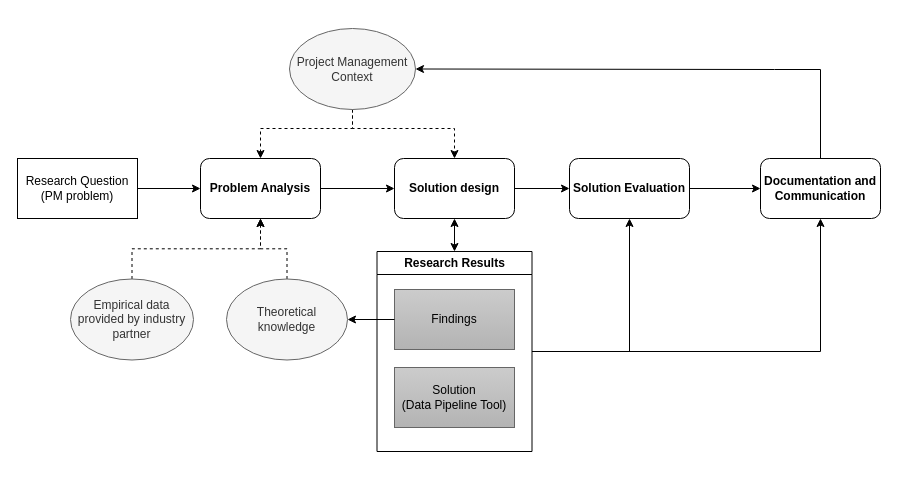
Earlier version of the draw.io diagram framework for development ....drawio (datou7119/Figures). Source tidied: cells renumbered, new cells numbered last; positions are measured from the earlier drawing's top-left corner, leaving out a move shared by most shapes. Both pictures are drawn from the tidied source at 100%, with x=0, y=0 at pixel (17, 28).
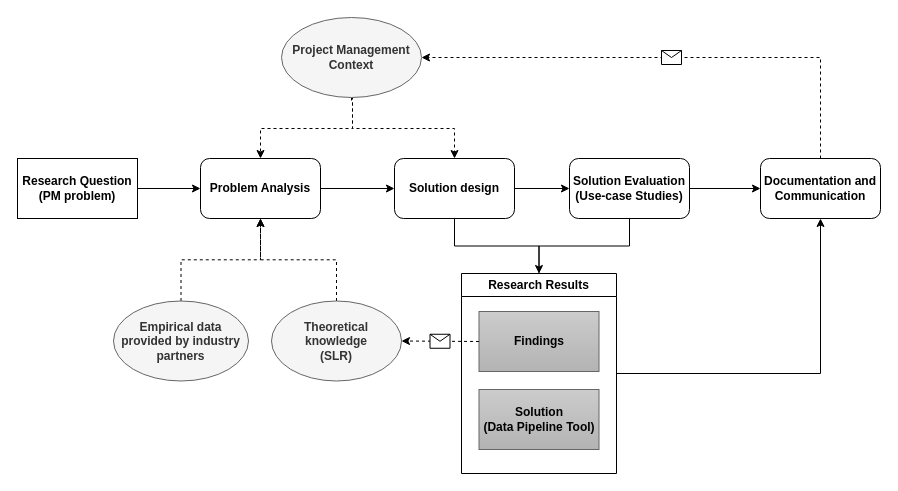
After the change.

The change refers to these unchanged cells:
```xml
<mxCell id="9" value="Documentation and Communication" style="rounded=1;whiteSpace=wrap;html=1;fontStyle=1;" parent="1" vertex="1">
  <mxGeometry x="743" y="130" width="120" height="60" as="geometry" />
</mxCell>
<mxCell id="21" value="Solution design" style="rounded=1;whiteSpace=wrap;html=1;fontStyle=1;" parent="1" vertex="1">
  <mxGeometry x="377" y="130" width="120" height="60" as="geometry" />
</mxCell>
```

The edit, as a diff of the source:
```diff
@@
-    <mxCell id="3" value="Research Question (PM problem)" style="rounded=0;whiteSpace=wrap;html=1;" parent="1" vertex="1">
+    <mxCell id="3" value="&lt;b&gt;Research Question (PM problem)&lt;/b&gt;" style="rounded=0;whiteSpace=wrap;html=1;" parent="1" vertex="1">
       <mxGeometry y="130" width="120" height="60" as="geometry" />
     </mxCell>
@@
-    <mxCell id="7" value="Solution Evaluation" style="rounded=1;whiteSpace=wrap;html=1;fontStyle=1;" parent="1" vertex="1">
+    <mxCell id="7" value="Solution Evaluation&lt;div&gt;(Use-case Studies)&lt;/div&gt;" style="rounded=1;whiteSpace=wrap;html=1;fontStyle=1;" parent="1" vertex="1">
       <mxGeometry x="552" y="130" width="120" height="60" as="geometry" />
     </mxCell>
-    <mxCell id="8" style="edgeStyle=orthogonalEdgeStyle;rounded=0;jettySize=auto;html=1;entryX=1;entryY=0.5;entryDx=0;entryDy=0;exitX=0.5;exitY=0;exitDx=0;exitDy=0;" parent="1" edge="1" source="9" target="19">
-      <mxGeometry relative="1" as="geometry">
-        <Array as="points">
-          <mxPoint x="803" y="41" />
-          <mxPoint x="757" y="41" />
-        </Array>
-      </mxGeometry>
-    </mxCell>
@@
-    <mxCell id="11" value="Theoretical knowledge" style="ellipse;whiteSpace=wrap;html=1;fillColor=#f5f5f5;fontColor=#333333;strokeColor=#666666;" parent="1" vertex="1">
-      <mxGeometry x="209" y="250.5" width="121" height="81" as="geometry" />
+    <mxCell id="11" value="Theoretical knowledge&lt;div&gt;(SLR)&lt;/div&gt;" style="ellipse;whiteSpace=wrap;html=1;fillColor=#f5f5f5;fontColor=#333333;strokeColor=#666666;fontStyle=1;" parent="1" vertex="1">
+      <mxGeometry x="254" y="272.5" width="130" height="80" as="geometry" />
     </mxCell>
-    <mxCell id="12" style="edgeStyle=orthogonalEdgeStyle;rounded=0;jettySize=auto;html=1;entryX=0.5;entryY=1;entryDx=0;entryDy=0;" parent="1" edge="1" source="14" target="7">
-      <mxGeometry relative="1" as="geometry" />
-    </mxCell>
@@
     <mxCell id="14" value="Research Results" style="swimlane;whiteSpace=wrap;html=1;" parent="1" vertex="1">
-      <mxGeometry x="359.5" y="223" width="155" height="200" as="geometry" />
+      <mxGeometry x="444" y="245" width="155" height="200" as="geometry" />
     </mxCell>
-    <mxCell id="15" value="Findings" style="rounded=0;whiteSpace=wrap;html=1;fillColor=#CCCCCC;gradientColor=#b3b3b3;strokeColor=#666666;" parent="14" vertex="1">
+    <mxCell id="15" value="Findings" style="rounded=0;whiteSpace=wrap;html=1;fillColor=#CCCCCC;gradientColor=#b3b3b3;strokeColor=#666666;fontStyle=1;" parent="14" vertex="1">
       <mxGeometry x="17.5" y="38" width="120" height="60" as="geometry" />
     </mxCell>
-    <mxCell id="16" value="Solution&lt;br&gt;(Data Pipeline Tool)" style="rounded=0;whiteSpace=wrap;html=1;fillColor=#CCCCCC;gradientColor=#b3b3b3;strokeColor=#666666;" parent="14" vertex="1">
+    <mxCell id="16" value="Solution&lt;br&gt;(Data Pipeline Tool)" style="rounded=0;whiteSpace=wrap;html=1;fillColor=#CCCCCC;gradientColor=#b3b3b3;strokeColor=#666666;fontStyle=1;" parent="14" vertex="1">
       <mxGeometry x="17.5" y="116" width="120" height="60" as="geometry" />
     </mxCell>
@@
-    <mxCell id="18" style="edgeStyle=orthogonalEdgeStyle;rounded=0;jettySize=auto;html=1;dashed=1;entryX=0.5;entryY=0;entryDx=0;entryDy=0;" parent="1" edge="1" source="19" target="21">
+    <mxCell id="18" style="edgeStyle=orthogonalEdgeStyle;rounded=0;jettySize=auto;html=1;dashed=1;entryX=0.5;entryY=0;entryDx=0;entryDy=0;exitX=0.5;exitY=1;exitDx=0;exitDy=0;" parent="1" edge="1" source="19" target="21">
       <mxGeometry relative="1" as="geometry">
         <Array as="points">
+          <mxPoint x="335" y="73" />
           <mxPoint x="335" y="100" />
           <mxPoint x="437" y="100" />
         </Array>
       </mxGeometry>
     </mxCell>
-    <mxCell id="19" value="Project Management Context" style="ellipse;whiteSpace=wrap;html=1;fillColor=#f5f5f5;fontColor=#333333;strokeColor=#666666;" parent="1" vertex="1">
-      <mxGeometry x="272" width="126" height="81" as="geometry" />
+    <mxCell id="19" value="Project Management Context" style="ellipse;whiteSpace=wrap;html=1;fillColor=#f5f5f5;fontColor=#333333;strokeColor=#666666;fontStyle=1;" parent="1" vertex="1">
+      <mxGeometry x="264" y="-11" width="140" height="80" as="geometry" />
     </mxCell>
@@
-    <mxCell id="23" value="&lt;span style=&quot;color: rgb(51, 51, 51);&quot;&gt;Empirical data provided by industry partner&lt;/span&gt;" style="ellipse;whiteSpace=wrap;html=1;fillColor=#f5f5f5;fontColor=#333333;strokeColor=#666666;" parent="1" vertex="1">
-      <mxGeometry x="53" y="250.5" width="123" height="81" as="geometry" />
+    <mxCell id="23" value="&lt;span style=&quot;color: rgb(51, 51, 51);&quot;&gt;Empirical data provided by industry partners&lt;/span&gt;" style="ellipse;whiteSpace=wrap;html=1;fillColor=#f5f5f5;fontColor=#333333;strokeColor=#666666;fontStyle=1;" parent="1" vertex="1">
+      <mxGeometry x="96" y="272.5" width="135" height="80" as="geometry" />
     </mxCell>
+    <mxCell id="25" style="endArrow=none;startArrow=none;html=1;rounded=0;entryX=0.5;entryY=1;entryDx=0;entryDy=0;exitX=0.5;exitY=0;exitDx=0;exitDy=0;edgeStyle=orthogonalEdgeStyle;startFill=0;endFill=0;" parent="1" edge="1" source="14" target="21">
+      <mxGeometry relative="1" as="geometry" />
+    </mxCell>
+    <mxCell id="12" style="endArrow=none;startArrow=classic;html=1;rounded=0;entryX=0.5;entryY=1;entryDx=0;entryDy=0;exitX=0.5;exitY=0;exitDx=0;exitDy=0;edgeStyle=orthogonalEdgeStyle;endFill=0;" parent="1" edge="1" source="14" target="7">
+      <mxGeometry relative="1" as="geometry" />
+    </mxCell>
-    <mxCell id="24" style="edgeStyle=orthogonalEdgeStyle;rounded=0;jettySize=auto;html=1;entryX=1;entryY=0.5;entryDx=0;entryDy=0;" parent="1" edge="1" source="15" target="11">
+    <mxCell id="24" style="endArrow=classic;html=1;rounded=0;exitX=0;exitY=0.5;exitDx=0;exitDy=0;entryX=1;entryY=0.5;entryDx=0;entryDy=0;dashed=1;" parent="1" edge="1" source="15" target="11">
       <mxGeometry relative="1" as="geometry" />
     </mxCell>
-    <mxCell id="25" style="endArrow=classic;startArrow=classic;html=1;rounded=0;entryX=0.5;entryY=1;entryDx=0;entryDy=0;exitX=0.5;exitY=0;exitDx=0;exitDy=0;" parent="1" edge="1" source="14" target="21">
-      <mxGeometry relative="1" as="geometry" />
-    </mxCell>
+    <mxCell id="26" style="shape=message;html=1;" parent="24" vertex="1">
+      <mxGeometry width="20" height="14" relative="1" as="geometry">
+        <mxPoint x="-10" y="-7" as="offset" />
+      </mxGeometry>
+    </mxCell>
+    <mxCell id="8" style="endArrow=classic;html=1;rounded=0;exitX=0.5;exitY=0;exitDx=0;exitDy=0;entryX=1;entryY=0.5;entryDx=0;entryDy=0;edgeStyle=orthogonalEdgeStyle;dashed=1;" parent="1" edge="1" source="9" target="19">
+      <mxGeometry relative="1" as="geometry" />
+    </mxCell>
+    <mxCell id="27" style="shape=message;html=1;" parent="8" vertex="1">
+      <mxGeometry width="20" height="14" relative="1" as="geometry">
+        <mxPoint x="-10" y="-7" as="offset" />
+      </mxGeometry>
+    </mxCell>
```
